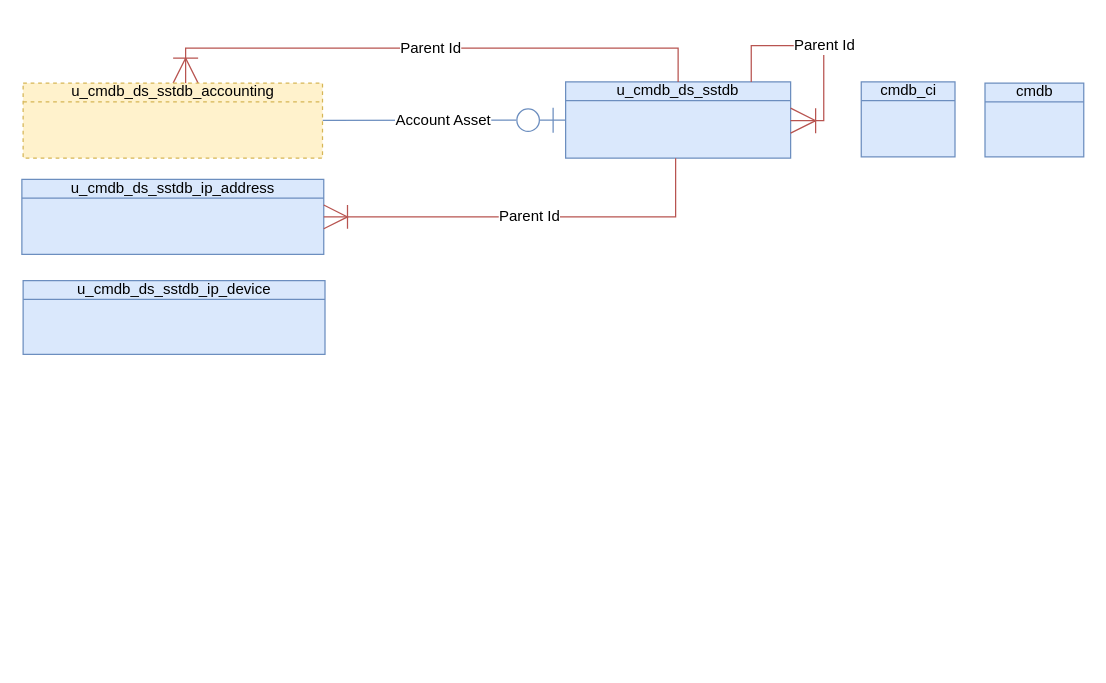
Above: page "Parent-Id" (20 of 23) of DBsErdV2.drawio in algimas/tmp (draw.io), before the change. Source tidied: cells renumbered, new cells numbered last; positions are measured from the earlier drawing's top-left corner, leaving out a move shared by most shapes. Both pictures are drawn from the tidied source at 125%, with x=0, y=0 at pixel (21, 45).
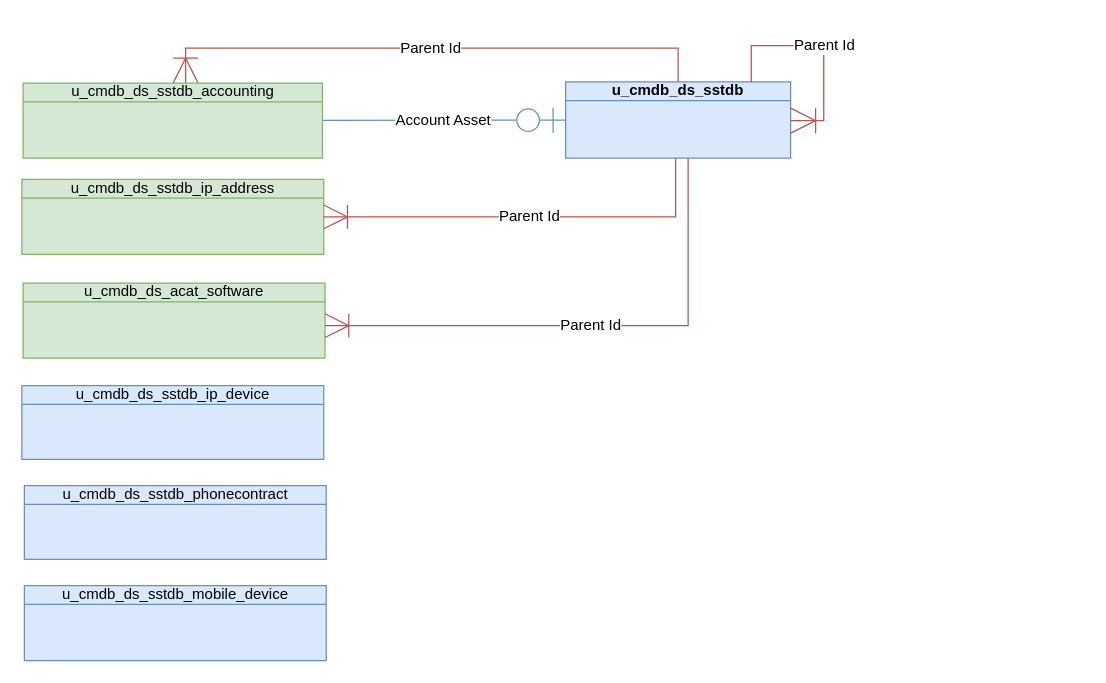
Above is the later version.

The edit, as a diff of the source:
```diff
@@
-    <mxCell id="2" value="u_cmdb_ds_sstdb" style="html=1;outlineConnect=0;whiteSpace=wrap;fillColor=#dae8fc;shape=mxgraph.archimate3.businessObject;overflow=fill;strokeColor=#6c8ebf;" parent="1" vertex="1">
+    <mxCell id="2" value="u_cmdb_ds_sstdb" style="html=1;outlineConnect=0;whiteSpace=wrap;fillColor=#dae8fc;shape=mxgraph.archimate3.businessObject;overflow=fill;strokeColor=#6c8ebf;fontStyle=1;" parent="1" vertex="1">
       <mxGeometry x="435" y="29" width="180" height="61" as="geometry" />
     </mxCell>
-    <mxCell id="3" value="cmdb_ci" style="html=1;whiteSpace=wrap;fillColor=#dae8fc;shape=mxgraph.archimate3.businessObject;overflow=fill;strokeColor=#6c8ebf;" parent="1" vertex="1">
-      <mxGeometry x="671.5" y="29" width="75" height="60" as="geometry" />
-    </mxCell>
@@
-    <mxCell id="5" value="cmdb" style="html=1;whiteSpace=wrap;fillColor=#dae8fc;shape=mxgraph.archimate3.businessObject;overflow=fill;strokeColor=#6c8ebf;" parent="1" vertex="1">
-      <mxGeometry x="770.5" y="30" width="79" height="59" as="geometry" />
-    </mxCell>
     <mxCell id="6" value="u_cmdb_ds_sstdb_ip_device" style="html=1;whiteSpace=wrap;fillColor=#dae8fc;shape=mxgraph.archimate3.businessObject;overflow=fill;strokeColor=#6c8ebf;" parent="1" vertex="1">
-      <mxGeometry x="1" y="188" width="241.5" height="59" as="geometry" />
+      <mxGeometry y="272" width="241.5" height="59" as="geometry" />
     </mxCell>
-    <mxCell id="7" value="u_cmdb_ds_sstdb_ip_address" style="html=1;outlineConnect=0;whiteSpace=wrap;fillColor=#dae8fc;shape=mxgraph.archimate3.businessObject;overflow=fill;strokeColor=#6c8ebf;fontStyle=0;" parent="1" vertex="1">
+    <mxCell id="7" value="u_cmdb_ds_sstdb_ip_address" style="html=1;outlineConnect=0;whiteSpace=wrap;fillColor=#d5e8d4;shape=mxgraph.archimate3.businessObject;overflow=fill;strokeColor=#82b366;fontStyle=0;" parent="1" vertex="1">
       <mxGeometry y="107" width="241.5" height="60" as="geometry" />
     </mxCell>
@@
-    <mxCell id="9" value="u_cmdb_ds_sstdb_accounting" style="html=1;outlineConnect=0;whiteSpace=wrap;fillColor=#fff2cc;shape=mxgraph.archimate3.businessObject;overflow=fill;strokeColor=#d6b656;dashed=1;" parent="1" vertex="1">
+    <mxCell id="9" value="u_cmdb_ds_sstdb_accounting" style="html=1;outlineConnect=0;whiteSpace=wrap;fillColor=#d5e8d4;shape=mxgraph.archimate3.businessObject;overflow=fill;strokeColor=#82b366;" parent="1" vertex="1">
       <mxGeometry x="1" y="30" width="239.5" height="60" as="geometry" />
     </mxCell>
@@
+    <mxCell id="12" value="u_cmdb_ds_sstdb_phonecontract" style="html=1;whiteSpace=wrap;fillColor=#dae8fc;shape=mxgraph.archimate3.businessObject;overflow=fill;strokeColor=#6c8ebf;" parent="1" vertex="1">
+      <mxGeometry x="2" y="352" width="241.5" height="59" as="geometry" />
+    </mxCell>
+    <mxCell id="13" value="u_cmdb_ds_sstdb_mobile_device" style="html=1;whiteSpace=wrap;fillColor=#dae8fc;shape=mxgraph.archimate3.businessObject;overflow=fill;strokeColor=#6c8ebf;" parent="1" vertex="1">
+      <mxGeometry x="2" y="432" width="241.5" height="60" as="geometry" />
+    </mxCell>
+    <mxCell id="14" value="u_cmdb_ds_acat_software" style="html=1;outlineConnect=0;whiteSpace=wrap;fillColor=#d5e8d4;shape=mxgraph.archimate3.businessObject;overflow=fill;strokeColor=#82b366;" parent="1" vertex="1">
+      <mxGeometry x="1" y="190" width="241.5" height="60" as="geometry" />
+    </mxCell>
+    <mxCell id="15" value="Parent Id" style="fontSize=12;html=1;endArrow=ERoneToMany;endFill=0;rounded=0;fillColor=#f8cecc;strokeColor=#b85450;endSize=17;edgeStyle=orthogonalEdgeStyle;" parent="1" edge="1" source="2" target="14">
+      <mxGeometry relative="1" as="geometry">
+        <Array as="points">
+          <mxPoint x="533" y="224" />
+        </Array>
+      </mxGeometry>
+    </mxCell>
```
